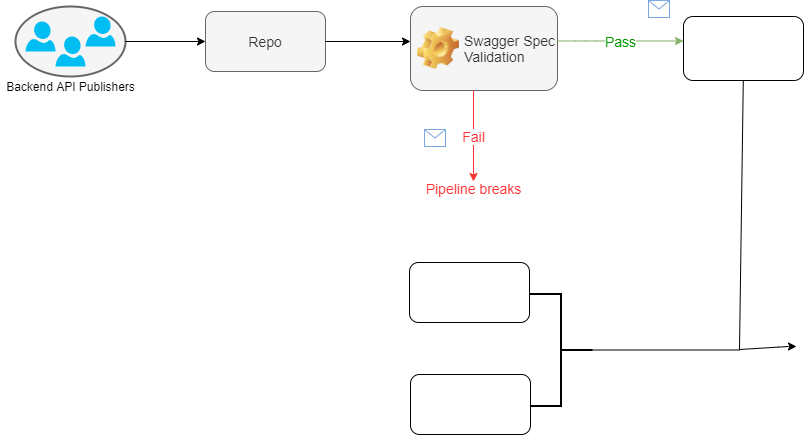
Before: Untitled Diagram.png, a diagram exported from draw.io (joshhnaa/sample). Source tidied: cells renumbered, new cells last; positions are measured from the earlier drawing's top-left corner, leaving out a move shared by most shapes.
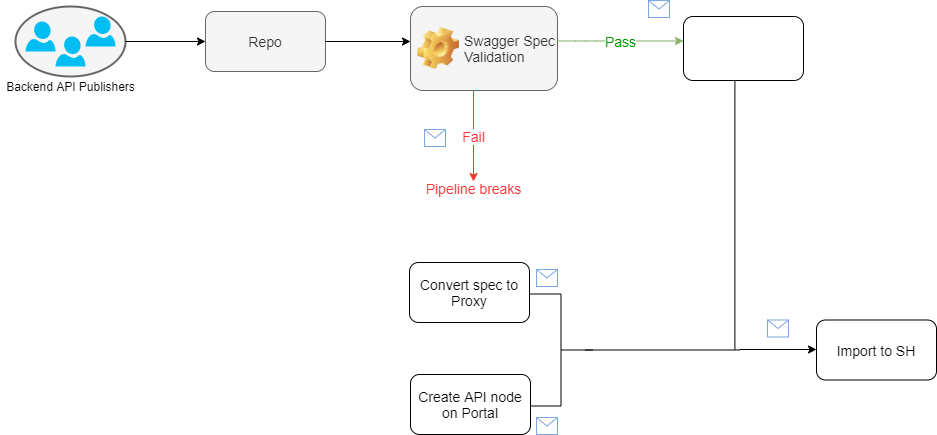
Later version of the same file.

What changed in the source:
```diff
@@ -65,13 +65,11 @@
     <mxCell id="17" style="rounded=1;whiteSpace=wrap;html=1;fillColor=#FFFFFF;fontSize=14;fontColor=#FF3333;" parent="1" vertex="1">
       <mxGeometry x="683" y="16" width="120" height="64" as="geometry" />
     </mxCell>
-    <mxCell id="18" style="strokeWidth=2;html=1;shape=mxgraph.flowchart.annotation_2;align=left;labelPosition=right;fillColor=#FFFFFF;fontSize=14;fontColor=#FF3333;rotation=-180;" parent="1" vertex="1">
+    <mxCell id="18" style="strokeWidth=1;html=1;shape=mxgraph.flowchart.annotation_2;align=left;labelPosition=right;fillColor=#FFFFFF;fontSize=14;fontColor=#FF3333;rotation=-180;" parent="1" vertex="1">
       <mxGeometry x="529" y="293.5" width="63" height="112" as="geometry" />
     </mxCell>
-    <mxCell id="19" style="endArrow=none;html=1;strokeColor=#000000;fontSize=14;fontColor=#FF3333;" parent="1" edge="1" source="21">
-      <mxGeometry relative="1" as="geometry">
-        <mxPoint x="742.8" y="80" as="targetPoint" />
-      </mxGeometry>
+    <mxCell id="19" style="endArrow=none;html=1;strokeColor=#000000;fontSize=14;fontColor=#FF3333;" parent="1" edge="1" source="21" target="17">
+      <mxGeometry relative="1" as="geometry" />
     </mxCell>
     <mxCell id="20" style="endArrow=none;html=1;strokeColor=#000000;fontSize=14;fontColor=#FF3333;" parent="1" edge="1">
       <mxGeometry relative="1" as="geometry">
@@ -82,22 +80,31 @@
     <mxCell id="21" style="line;strokeWidth=1;html=1;perimeter=backbonePerimeter;points=[];outlineConnect=0;fillColor=#FFFFFF;fontSize=14;fontColor=#FF3333;" parent="1" vertex="1">
       <mxGeometry x="585" y="346" width="154" height="7" as="geometry" />
     </mxCell>
-    <mxCell id="22" style="rounded=1;whiteSpace=wrap;html=1;strokeColor=#000000;strokeWidth=1;fillColor=#FFFFFF;fontSize=14;fontColor=#FF3333;" parent="1" vertex="1">
+    <mxCell id="22" value="&lt;font color=&quot;#000000&quot;&gt;Convert spec to Proxy&lt;/font&gt;" style="rounded=1;whiteSpace=wrap;html=1;strokeColor=#000000;strokeWidth=1;fillColor=#FFFFFF;fontSize=14;fontColor=#FF3333;" parent="1" vertex="1">
       <mxGeometry x="409" y="262" width="120" height="60" as="geometry" />
     </mxCell>
-    <mxCell id="23" style="rounded=1;whiteSpace=wrap;html=1;strokeColor=#000000;strokeWidth=1;fillColor=#FFFFFF;fontSize=14;fontColor=#FF3333;" parent="1" vertex="1">
+    <mxCell id="23" value="&lt;font color=&quot;#000000&quot;&gt;Create API node on Portal&lt;/font&gt;" style="rounded=1;whiteSpace=wrap;html=1;strokeColor=#000000;strokeWidth=1;fillColor=#FFFFFF;fontSize=14;fontColor=#FF3333;" parent="1" vertex="1">
       <mxGeometry x="410" y="374" width="120" height="60" as="geometry" />
     </mxCell>
     <mxCell id="24" value="Pipeline breaks" style="text;html=1;align=center;verticalAlign=middle;fontSize=14;fontColor=#FF3333;" parent="1" vertex="1">
       <mxGeometry x="420" y="174" width="105" height="28" as="geometry" />
     </mxCell>
-    <mxCell id="25" style="endArrow=classic;html=1;strokeColor=#000000;fontSize=14;fontColor=#FF3333;" parent="1" edge="1" source="21">
-      <mxGeometry relative="1" as="geometry">
-        <mxPoint x="796" y="346" as="targetPoint" />
-        <Array as="points">
-          <mxPoint x="788" y="346" />
-        </Array>
-      </mxGeometry>
-    </mxCell>
+    <mxCell id="26" style="endArrow=classic;html=1;strokeColor=#000000;fontSize=14;fontColor=#FF3333;" parent="1" edge="1" source="21">
+      <mxGeometry relative="1" as="geometry">
+        <mxPoint x="816" y="349" as="targetPoint" />
+      </mxGeometry>
+    </mxCell>
+    <mxCell id="27" value="&lt;font color=&quot;#000000&quot;&gt;Import to SH&lt;/font&gt;" style="rounded=1;whiteSpace=wrap;html=1;strokeColor=#000000;strokeWidth=1;fillColor=#FFFFFF;fontSize=14;fontColor=#FF3333;" parent="1" vertex="1">
+      <mxGeometry x="816" y="319.5" width="120" height="60" as="geometry" />
+    </mxCell>
+    <mxCell id="28" style="shape=message;html=1;strokeColor=#7EA6E0;" parent="1" vertex="1">
+      <mxGeometry x="767" y="319.5" width="21" height="17" as="geometry" />
+    </mxCell>
+    <mxCell id="29" style="shape=message;html=1;strokeColor=#7EA6E0;" parent="1" vertex="1">
+      <mxGeometry x="536" y="269" width="21" height="17" as="geometry" />
+    </mxCell>
+    <mxCell id="30" style="shape=message;html=1;strokeColor=#7EA6E0;" parent="1" vertex="1">
+      <mxGeometry x="536" y="417" width="21" height="17" as="geometry" />
+    </mxCell>
   </root>
 </mxGraphModel>
```
